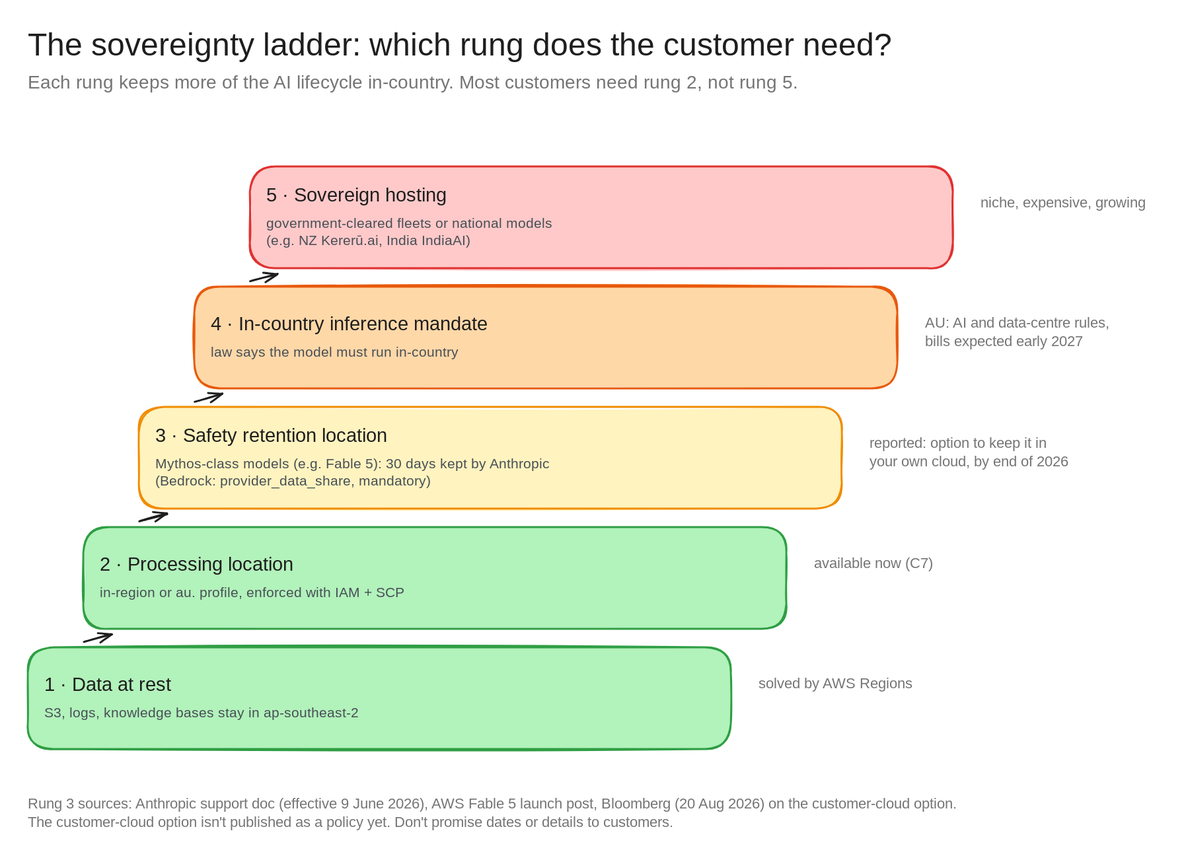
Above: architecture-diagrams/claude-anz-infra-excalidraw/diagrams/c7a-sovereignty-ladder.excalidraw.svg in bsnehanshu/slides (Excalidraw), before the change. Source tidied: one line per element, renumbered; positions are measured from the earlier drawing's top-left corner, leaving out a move shared by most shapes.
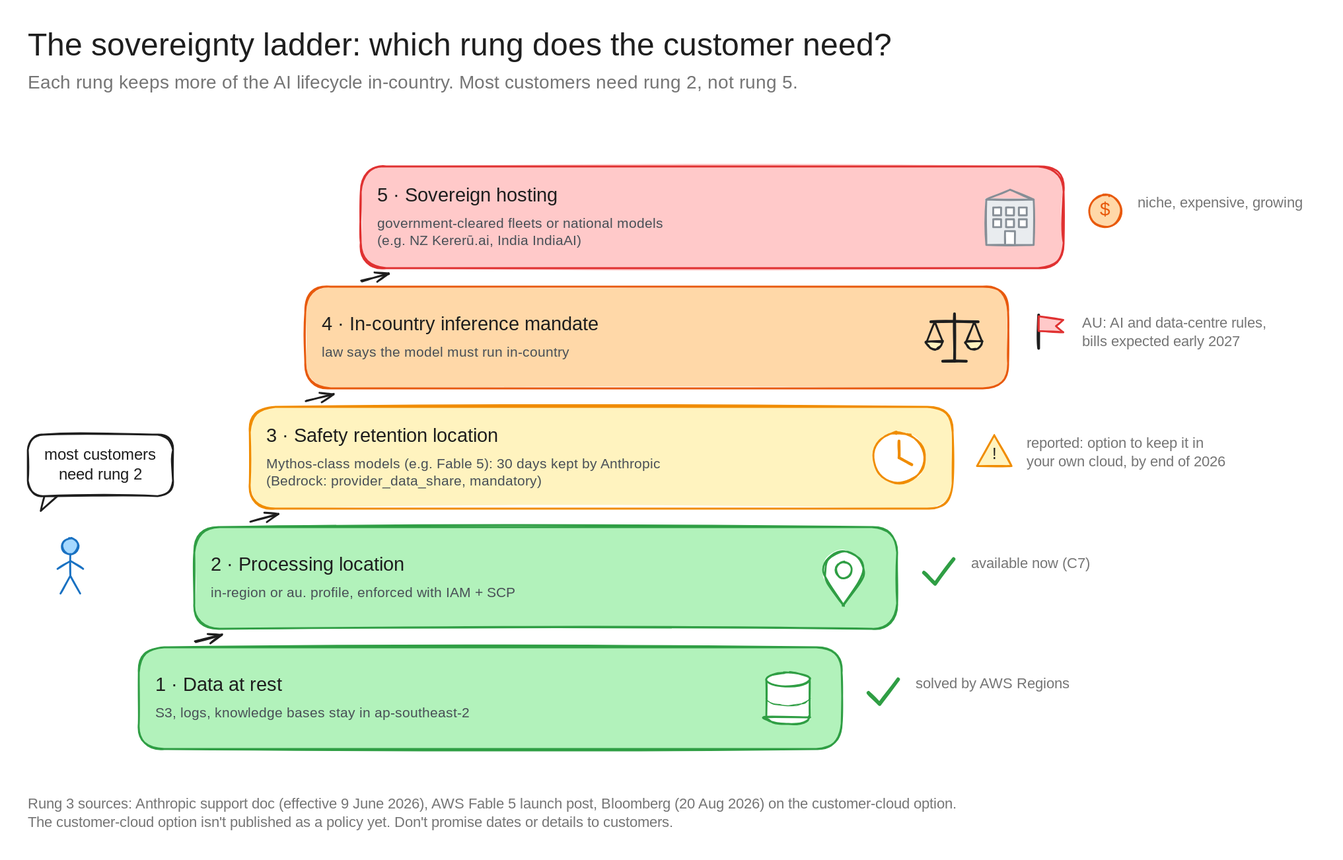
After the commit.

The edit, as a diff of the source:
```diff
@@ -1,27 +1,69 @@
-{"id": 0, "type": "text", "text": "The sovereignty ladder: which rung does the customer need?", "strokeColor": "#1e1e1e", "strokeWidth": 2, "roughness": 1, "fontSize": 34, "fontFamily": 5, "x": 0, "y": 0, "width": 1006, "height": 42}
+{"id": 0, "type": "text", "text": "The sovereignty ladder: which rung does the customer need?", "strokeColor": "#1e1e1e", "strokeWidth": 2, "roughness": 1, "fontSize": 34, "fontFamily": 5, "x": -120, "y": 0, "width": 1006, "height": 42}
-{"id": 1, "type": "text", "text": "Each rung keeps more of the AI lifecycle in-country. Most customers need rung 2, not rung 5.", "strokeColor": "#757575", "strokeWidth": 2, "roughness": 1, "fontSize": 20, "fontFamily": 5, "x": 0, "y": 48, "width": 918, "height": 25}
+{"id": 1, "type": "text", "text": "Each rung keeps more of the AI lifecycle in-country. Most customers need rung 2, not rung 5.", "strokeColor": "#757575", "strokeWidth": 2, "roughness": 1, "fontSize": 20, "fontFamily": 5, "x": -120, "y": 48, "width": 918, "height": 25}
 {"id": 2, "type": "rectangle", "strokeColor": "#2f9e44", "backgroundColor": "#b2f2bb", "fillStyle": "solid", "strokeWidth": 2, "roughness": 1, "round": true, "x": 0, "y": 670, "width": 760, "height": 110}
 {"id": 3, "type": "text", "text": "1 · Data at rest", "strokeColor": "#1e1e1e", "strokeWidth": 2, "roughness": 1, "fontSize": 21, "fontFamily": 5, "x": 18, "y": 698, "width": 168, "height": 26}
 {"id": 4, "type": "text", "text": "S3, logs, knowledge bases stay in ap-southeast-2", "strokeColor": "#495057", "strokeWidth": 2, "roughness": 1, "fontSize": 15, "fontFamily": 5, "x": 18, "y": 733, "width": 366, "height": 19}
-{"id": 5, "type": "text", "text": "solved by AWS Regions", "strokeColor": "#757575", "strokeWidth": 2, "roughness": 1, "fontSize": 16, "fontFamily": 5, "x": 790, "y": 700, "width": 181, "height": 20}
+{"id": 27, "type": "rectangle", "strokeColor": "transparent", "backgroundColor": "#ffffff", "fillStyle": "solid", "strokeWidth": 2, "roughness": 1, "x": 679, "y": 705, "width": 47, "height": 43}
+{"id": 28, "type": "line", "strokeColor": "#2f9e44", "strokeWidth": 2, "roughness": 1, "x": 679, "y": 705, "width": 0, "height": 41, "points": [[0, 0], [0, 41]]}
+{"id": 29, "type": "line", "strokeColor": "#2f9e44", "strokeWidth": 2, "roughness": 1, "x": 725, "y": 705, "width": 0, "height": 41, "points": [[0, 0], [0, 41]]}
+{"id": 30, "type": "line", "strokeColor": "#2f9e44", "backgroundColor": "#ffffff", "fillStyle": "solid", "strokeWidth": 2, "roughness": 1, "round": true, "x": 725, "y": 745, "width": 47, "height": 8, "points": [[0, 0], [-2, 3], [-7, 6], [-14, 8], [-23, 8], [-32, 8], [-40, 6], [-45, 3], [-47, 0], [0, 0]]}
+{"id": 31, "type": "line", "strokeColor": "#2f9e44", "strokeWidth": 1, "roughness": 1, "round": true, "x": 725, "y": 725, "width": 47, "height": 8, "points": [[0, 0], [-2, 3], [-7, 6], [-14, 8], [-23, 8], [-32, 8], [-40, 6], [-45, 3], [-47, 0]]}
+{"id": 32, "type": "ellipse", "strokeColor": "#2f9e44", "backgroundColor": "#ffffff", "fillStyle": "solid", "strokeWidth": 2, "roughness": 1, "round": true, "x": 679, "y": 697, "width": 47, "height": 15}
+{"id": 33, "type": "line", "strokeColor": "#2f9e44", "strokeWidth": 4, "roughness": 1, "x": 789, "y": 719, "width": 32, "height": 27, "points": [[0, 0], [12, 12], [32, -15]]}
+{"id": 17, "type": "text", "text": "solved by AWS Regions", "strokeColor": "#757575", "strokeWidth": 2, "roughness": 1, "fontSize": 16, "fontFamily": 5, "x": 840, "y": 700, "width": 181, "height": 20}
 {"id": 6, "type": "rectangle", "strokeColor": "#2f9e44", "backgroundColor": "#b2f2bb", "fillStyle": "solid", "strokeWidth": 2, "roughness": 1, "round": true, "x": 60, "y": 540, "width": 760, "height": 110}
-{"id": 7, "type": "text", "text": "2 · Processing location", "strokeColor": "#1e1e1e", "strokeWidth": 2, "roughness": 1, "fontSize": 21, "fontFamily": 5, "x": 78, "y": 568, "width": 235, "height": 26}
-{"id": 8, "type": "text", "text": "in-region or au. profile, enforced with IAM + SCP", "strokeColor": "#495057", "strokeWidth": 2, "roughness": 1, "fontSize": 15, "fontFamily": 5, "x": 78, "y": 603, "width": 358, "height": 19}
-{"id": 9, "type": "text", "text": "available now (C7)", "strokeColor": "#757575", "strokeWidth": 2, "roughness": 1, "fontSize": 16, "fontFamily": 5, "x": 850, "y": 570, "width": 140, "height": 20}
+{"id": 19, "type": "text", "text": "2 · Processing location", "strokeColor": "#1e1e1e", "strokeWidth": 2, "roughness": 1, "fontSize": 21, "fontFamily": 5, "x": 78, "y": 568, "width": 235, "height": 26}
+{"id": 20, "type": "text", "text": "in-region or au. profile, enforced with IAM + SCP", "strokeColor": "#495057", "strokeWidth": 2, "roughness": 1, "fontSize": 15, "fontFamily": 5, "x": 78, "y": 603, "width": 358, "height": 19}
+{"id": 34, "type": "line", "strokeColor": "#2f9e44", "backgroundColor": "#ffffff", "fillStyle": "solid", "strokeWidth": 2, "roughness": 1, "round": true, "x": 762, "y": 625, "width": 43, "height": 59, "points": [[0, 0], [-17, -26], [-21, -38], [-16, -51], [0, -59], [16, -51], [21, -38], [17, -26], [0, 0]]}
+{"id": 35, "type": "ellipse", "strokeColor": "#2f9e44", "backgroundColor": "#ffffff", "fillStyle": "solid", "strokeWidth": 2, "roughness": 1, "round": true, "x": 753, "y": 578, "width": 17, "height": 17}
+{"id": 36, "type": "line", "strokeColor": "#2f9e44", "strokeWidth": 4, "roughness": 1, "x": 849, "y": 589, "width": 32, "height": 27, "points": [[0, 0], [12, 12], [32, -15]]}
+{"id": 26, "type": "text", "text": "available now (C7)", "strokeColor": "#757575", "strokeWidth": 2, "roughness": 1, "fontSize": 16, "fontFamily": 5, "x": 900, "y": 570, "width": 140, "height": 20}
 {"id": 10, "type": "rectangle", "strokeColor": "#f08c00", "backgroundColor": "#fff3bf", "fillStyle": "solid", "strokeWidth": 2, "roughness": 1, "round": true, "x": 120, "y": 410, "width": 760, "height": 110}
 {"id": 11, "type": "text", "text": "3 · Safety retention location", "strokeColor": "#1e1e1e", "strokeWidth": 2, "roughness": 1, "fontSize": 21, "fontFamily": 5, "x": 138, "y": 429, "width": 297, "height": 26}
 {"id": 12, "type": "text", "text": "Mythos-class models (e.g. Fable 5): 30 days kept by Anthropic\n(Bedrock: provider_data_share, mandatory)", "strokeColor": "#495057", "strokeWidth": 2, "roughness": 1, "fontSize": 15, "fontFamily": 5, "x": 138, "y": 463, "width": 458, "height": 38}
+{"id": 37, "type": "ellipse", "strokeColor": "#f08c00", "backgroundColor": "#ffffff", "fillStyle": "solid", "strokeWidth": 2, "roughness": 1, "round": true, "x": 794, "y": 437, "width": 55, "height": 55}
+{"id": 38, "type": "line", "strokeColor": "#f08c00", "strokeWidth": 3, "roughness": 1, "x": 822, "y": 465, "width": 0, "height": 18, "points": [[0, 0], [0, -18]]}
+{"id": 39, "type": "line", "strokeColor": "#f08c00", "strokeWidth": 3, "roughness": 1, "x": 822, "y": 465, "width": 14, "height": 7, "points": [[0, 0], [14, 7]]}
+{"id": 40, "type": "line", "strokeColor": "#f08c00", "backgroundColor": "#fff3bf", "fillStyle": "solid", "strokeWidth": 2, "roughness": 1, "x": 925, "y": 441, "width": 37, "height": 33, "points": [[0, 0], [19, 33], [-19, 33], [0, 0]]}
+{"id": 41, "type": "text", "text": "!", "strokeColor": "#1e1e1e", "strokeWidth": 2, "roughness": 1, "fontSize": 17.33, "fontFamily": 5, "textAlign": "center", "x": 921, "y": 451, "width": 8, "height": 22}
-{"id": 13, "type": "text", "text": "reported: option to keep it in\nyour own cloud, by end of 2026", "strokeColor": "#757575", "strokeWidth": 2, "roughness": 1, "fontSize": 16, "fontFamily": 5, "x": 910, "y": 440, "width": 252, "height": 40}
+{"id": 13, "type": "text", "text": "reported: option to keep it in\nyour own cloud, by end of 2026", "strokeColor": "#757575", "strokeWidth": 2, "roughness": 1, "fontSize": 16, "fontFamily": 5, "x": 960, "y": 440, "width": 252, "height": 40}
 {"id": 14, "type": "rectangle", "strokeColor": "#e8590c", "backgroundColor": "#ffd8a8", "fillStyle": "solid", "strokeWidth": 2, "roughness": 1, "round": true, "x": 180, "y": 280, "width": 760, "height": 110}
 {"id": 15, "type": "text", "text": "4 · In-country inference mandate", "strokeColor": "#1e1e1e", "strokeWidth": 2, "roughness": 1, "fontSize": 21, "fontFamily": 5, "x": 198, "y": 308, "width": 336, "height": 26}
 {"id": 16, "type": "text", "text": "law says the model must run in-country", "strokeColor": "#495057", "strokeWidth": 2, "roughness": 1, "fontSize": 15, "fontFamily": 5, "x": 198, "y": 343, "width": 288, "height": 19}
-{"id": 17, "type": "text", "text": "AU: AI and data-centre rules,\nbills expected early 2027", "strokeColor": "#757575", "strokeWidth": 2, "roughness": 1, "fontSize": 16, "fontFamily": 5, "x": 970, "y": 310, "width": 234, "height": 40}
+{"id": 42, "type": "line", "strokeColor": "#1e1e1e", "strokeWidth": 3, "roughness": 1, "x": 882, "y": 309, "width": 0, "height": 51, "points": [[0, 0], [0, 51]]}
+{"id": 43, "type": "line", "strokeColor": "#1e1e1e", "strokeWidth": 3, "roughness": 1, "x": 869, "y": 361, "width": 26, "height": 0, "points": [[0, 0], [26, 0]]}
+{"id": 44, "type": "line", "strokeColor": "#1e1e1e", "strokeWidth": 3, "roughness": 1, "x": 856, "y": 318, "width": 51, "height": 0, "points": [[0, 0], [51, 0]]}
+{"id": 45, "type": "line", "strokeColor": "#1e1e1e", "strokeWidth": 2, "roughness": 1, "x": 852, "y": 339, "width": 17, "height": 21, "points": [[0, 0], [9, -21], [17, 0]]}
+{"id": 46, "type": "line", "strokeColor": "#1e1e1e", "strokeWidth": 2, "roughness": 1, "x": 895, "y": 339, "width": 17, "height": 21, "points": [[0, 0], [9, -21], [17, 0]]}
+{"id": 47, "type": "line", "strokeColor": "#1e1e1e", "backgroundColor": "#fff3bf", "fillStyle": "solid", "strokeWidth": 2, "roughness": 1, "round": true, "x": 869, "y": 339, "width": 17, "height": 9, "points": [[0, 0], [-1, 4], [-4, 7], [-9, 9], [-13, 7], [-16, 4], [-17, 0], [0, 0]]}
+{"id": 48, "type": "line", "strokeColor": "#1e1e1e", "backgroundColor": "#fff3bf", "fillStyle": "solid", "strokeWidth": 2, "roughness": 1, "round": true, "x": 912, "y": 339, "width": 17, "height": 9, "points": [[0, 0], [-1, 4], [-4, 7], [-9, 9], [-13, 7], [-16, 4], [-17, 0], [0, 0]]}
+{"id": 49, "type": "line", "strokeColor": "#1e1e1e", "strokeWidth": 3, "roughness": 1, "x": 973, "y": 347, "width": 0, "height": 36, "points": [[0, 0], [0, -36]]}
+{"id": 50, "type": "line", "strokeColor": "#e03131", "backgroundColor": "#ffc9c9", "fillStyle": "solid", "strokeWidth": 2, "roughness": 1, "x": 973, "y": 312, "width": 27, "height": 17, "points": [[0, 0], [27, 4], [19, 11], [27, 17], [0, 16], [0, 0]]}
+{"id": 51, "type": "text", "text": "AU: AI and data-centre rules,\nbills expected early 2027", "strokeColor": "#757575", "strokeWidth": 2, "roughness": 1, "fontSize": 16, "fontFamily": 5, "x": 1020, "y": 310, "width": 234, "height": 40}
 {"id": 18, "type": "rectangle", "strokeColor": "#e03131", "backgroundColor": "#ffc9c9", "fillStyle": "solid", "strokeWidth": 2, "roughness": 1, "round": true, "x": 240, "y": 150, "width": 760, "height": 110}
-{"id": 19, "type": "text", "text": "5 · Sovereign hosting", "strokeColor": "#1e1e1e", "strokeWidth": 2, "roughness": 1, "fontSize": 21, "fontFamily": 5, "x": 258, "y": 169, "width": 216, "height": 26}
-{"id": 20, "type": "text", "text": "government-cleared fleets or national models\n(e.g. NZ Kererū.ai, India IndiaAI)", "strokeColor": "#495057", "strokeWidth": 2, "roughness": 1, "fontSize": 15, "fontFamily": 5, "x": 258, "y": 203, "width": 328, "height": 38}
+{"id": 52, "type": "text", "text": "5 · Sovereign hosting", "strokeColor": "#1e1e1e", "strokeWidth": 2, "roughness": 1, "fontSize": 21, "fontFamily": 5, "x": 258, "y": 169, "width": 216, "height": 26}
+{"id": 53, "type": "text", "text": "government-cleared fleets or national models\n(e.g. NZ Kererū.ai, India IndiaAI)", "strokeColor": "#495057", "strokeWidth": 2, "roughness": 1, "fontSize": 15, "fontFamily": 5, "x": 258, "y": 203, "width": 328, "height": 38}
+{"id": 54, "type": "rectangle", "strokeColor": "#868e96", "backgroundColor": "#e9ecef", "fillStyle": "solid", "strokeWidth": 2, "roughness": 1, "x": 916, "y": 186, "width": 51, "height": 49}
+{"id": 55, "type": "line", "strokeColor": "#868e96", "strokeWidth": 2, "roughness": 1, "x": 916, "y": 186, "width": 51, "height": 11, "points": [[0, 0], [26, -11], [51, 0]]}
+{"id": 56, "type": "rectangle", "strokeColor": "#868e96", "backgroundColor": "#ffffff", "fillStyle": "solid", "strokeWidth": 2, "roughness": 1, "x": 924, "y": 194, "width": 9, "height": 9}
+{"id": 57, "type": "rectangle", "strokeColor": "#868e96", "backgroundColor": "#ffffff", "fillStyle": "solid", "strokeWidth": 2, "roughness": 1, "x": 938, "y": 194, "width": 9, "height": 9}
+{"id": 58, "type": "rectangle", "strokeColor": "#868e96", "backgroundColor": "#ffffff", "fillStyle": "solid", "strokeWidth": 2, "roughness": 1, "x": 952, "y": 194, "width": 9, "height": 9}
+{"id": 59, "type": "rectangle", "strokeColor": "#868e96", "backgroundColor": "#ffffff", "fillStyle": "solid", "strokeWidth": 2, "roughness": 1, "x": 924, "y": 207, "width": 9, "height": 9}
+{"id": 60, "type": "rectangle", "strokeColor": "#868e96", "backgroundColor": "#ffffff", "fillStyle": "solid", "strokeWidth": 2, "roughness": 1, "x": 938, "y": 207, "width": 9, "height": 9}
+{"id": 61, "type": "rectangle", "strokeColor": "#868e96", "backgroundColor": "#ffffff", "fillStyle": "solid", "strokeWidth": 2, "roughness": 1, "x": 952, "y": 207, "width": 9, "height": 9}
+{"id": 62, "type": "rectangle", "strokeColor": "#868e96", "backgroundColor": "#ffffff", "fillStyle": "solid", "strokeWidth": 2, "roughness": 1, "x": 937, "y": 220, "width": 11, "height": 15}
+{"id": 63, "type": "ellipse", "strokeColor": "#e8590c", "backgroundColor": "#ffd8a8", "fillStyle": "solid", "strokeWidth": 2, "roughness": 1, "round": true, "x": 1028, "y": 181, "width": 35, "height": 35}
+{"id": 64, "type": "text", "text": "$", "strokeColor": "#e8590c", "strokeWidth": 2, "roughness": 1, "fontSize": 20, "fontFamily": 5, "textAlign": "center", "x": 1036, "y": 186, "width": 17, "height": 25}
-{"id": 21, "type": "text", "text": "niche, expensive, growing", "strokeColor": "#757575", "strokeWidth": 2, "roughness": 1, "fontSize": 16, "fontFamily": 5, "x": 1030, "y": 180, "width": 192, "height": 20}
+{"id": 21, "type": "text", "text": "niche, expensive, growing", "strokeColor": "#757575", "strokeWidth": 2, "roughness": 1, "fontSize": 16, "fontFamily": 5, "x": 1080, "y": 180, "width": 192, "height": 20}
-{"id": 22, "type": "arrow", "strokeColor": "#1e1e1e", "strokeWidth": 2, "roughness": 1, "endArrowhead": "arrow", "round": true, "from": 2, "to": 6, "x": 61, "y": 664, "width": 30, "height": 8, "points": [[0, 0], [30, -8]]}
-{"id": 23, "type": "arrow", "strokeColor": "#1e1e1e", "strokeWidth": 2, "roughness": 1, "endArrowhead": "arrow", "round": true, "from": 6, "to": 10, "x": 121, "y": 534, "width": 30, "height": 8, "points": [[0, 0], [30, -8]]}
-{"id": 24, "type": "arrow", "strokeColor": "#1e1e1e", "strokeWidth": 2, "roughness": 1, "endArrowhead": "arrow", "round": true, "from": 10, "to": 14, "x": 181, "y": 404, "width": 30, "height": 8, "points": [[0, 0], [30, -8]]}
-{"id": 25, "type": "arrow", "strokeColor": "#1e1e1e", "strokeWidth": 2, "roughness": 1, "endArrowhead": "arrow", "round": true, "from": 14, "to": 18, "x": 241, "y": 274, "width": 30, "height": 8, "points": [[0, 0], [30, -8]]}
-{"id": 26, "type": "text", "text": "Rung 3 sources: Anthropic support doc (effective 9 June 2026), AWS Fable 5 launch post, Bloomberg (20 Aug 2026) on the customer-cloud option.\nThe customer-cloud option isn't published as a policy yet. Don't promise dates or details to customers.", "strokeColor": "#757575", "strokeWidth": 2, "roughness": 1, "fontSize": 16, "fontFamily": 5, "x": 0, "y": 830, "width": 1160, "height": 40}
+{"id": 65, "type": "arrow", "strokeColor": "#1e1e1e", "strokeWidth": 2, "roughness": 1, "endArrowhead": "arrow", "round": true, "from": 2, "to": 6, "x": 61, "y": 664, "width": 30, "height": 8, "points": [[0, 0], [30, -8]]}
+{"id": 66, "type": "arrow", "strokeColor": "#1e1e1e", "strokeWidth": 2, "roughness": 1, "endArrowhead": "arrow", "round": true, "from": 6, "to": 10, "x": 121, "y": 534, "width": 30, "height": 8, "points": [[0, 0], [30, -8]]}
+{"id": 67, "type": "arrow", "strokeColor": "#1e1e1e", "strokeWidth": 2, "roughness": 1, "endArrowhead": "arrow", "round": true, "from": 10, "to": 14, "x": 181, "y": 404, "width": 30, "height": 8, "points": [[0, 0], [30, -8]]}
+{"id": 68, "type": "arrow", "strokeColor": "#1e1e1e", "strokeWidth": 2, "roughness": 1, "endArrowhead": "arrow", "round": true, "from": 14, "to": 18, "x": 241, "y": 274, "width": 30, "height": 8, "points": [[0, 0], [30, -8]]}
+{"id": 69, "type": "line", "strokeColor": "#1e1e1e", "backgroundColor": "#ffffff", "fillStyle": "solid", "strokeWidth": 2, "roughness": 1, "x": -102, "y": 506, "width": 18, "height": 16, "points": [[0, 0], [-4, 16], [14, 0], [0, 0]]}
+{"id": 70, "type": "rectangle", "strokeColor": "#1e1e1e", "backgroundColor": "#ffffff", "fillStyle": "solid", "strokeWidth": 2, "roughness": 1, "round": true, "x": -120, "y": 440, "width": 157, "height": 66}
+{"id": 71, "type": "text", "text": "most customers\nneed rung 2", "strokeColor": "#1e1e1e", "strokeWidth": 2, "roughness": 1, "fontSize": 17, "fontFamily": 5, "textAlign": "center", "verticalAlign": "middle", "inside": 70, "x": -108, "y": 452, "width": 133, "height": 42}
+{"id": 72, "type": "ellipse", "strokeColor": "#1971c2", "backgroundColor": "#a5d8ff", "fillStyle": "solid", "strokeWidth": 2, "roughness": 1, "round": true, "x": -83, "y": 552, "width": 17, "height": 17}
+{"id": 73, "type": "line", "strokeColor": "#1971c2", "strokeWidth": 2, "roughness": 1, "x": -74, "y": 569, "width": 0, "height": 23, "points": [[0, 0], [0, 23]]}
+{"id": 74, "type": "line", "strokeColor": "#1971c2", "strokeWidth": 2, "roughness": 1, "x": -88, "y": 585, "width": 28, "height": 9, "points": [[0, 0], [14, -9], [28, 0]]}
+{"id": 75, "type": "line", "strokeColor": "#1971c2", "strokeWidth": 2, "roughness": 1, "x": -85, "y": 612, "width": 21, "height": 19, "points": [[0, 0], [11, -19], [21, 0]]}
+{"id": 76, "type": "text", "text": "Rung 3 sources: Anthropic support doc (effective 9 June 2026), AWS Fable 5 launch post, Bloomberg (20 Aug 2026) on the customer-cloud option.\nThe customer-cloud option isn't published as a policy yet. Don't promise dates or details to customers.", "strokeColor": "#757575", "strokeWidth": 2, "roughness": 1, "fontSize": 16, "fontFamily": 5, "x": -120, "y": 830, "width": 1160, "height": 40}
```
